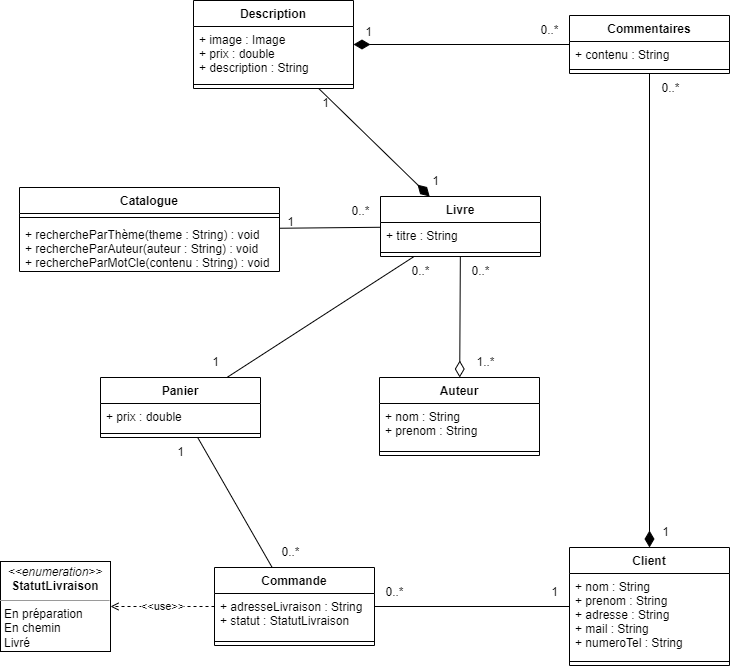
Before: classes.png, a diagram exported from draw.io (Yaon-C2H8N2/Projet-Modelisation). Source tidied: cells renumbered, new cells last; positions are measured from the earlier drawing's top-left corner, leaving out a move shared by most shapes.
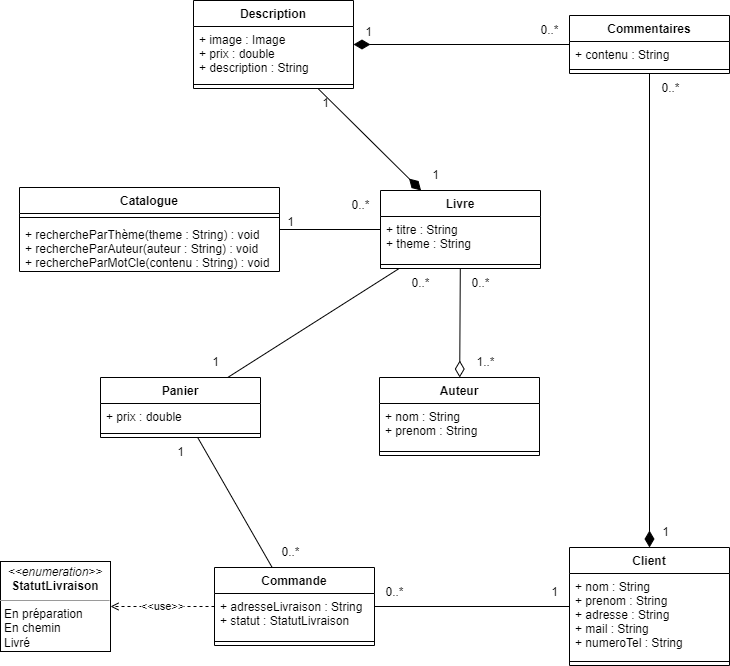
After the change.

Commit message:
Update du XML/DTD et du diagramme de classes

The edit, as a diff of the source:
```diff
@@ -96,7 +96,7 @@
       <mxGeometry x="650" y="517" width="30" height="30" as="geometry" />
     </mxCell>
     <mxCell id="33" value="1" style="text;html=1;align=center;verticalAlign=middle;strokeColor=none;fillColor=none;" parent="1" vertex="1">
-      <mxGeometry x="420" y="166" width="30" height="30" as="geometry" />
+      <mxGeometry x="420" y="160" width="30" height="30" as="geometry" />
     </mxCell>
     <mxCell id="34" value="1" style="text;html=1;align=center;verticalAlign=middle;strokeColor=none;fillColor=none;" parent="1" vertex="1">
       <mxGeometry x="353" y="17" width="30" height="30" as="geometry" />
@@ -111,13 +111,13 @@
       <mxGeometry x="200" y="347" width="30" height="30" as="geometry" />
     </mxCell>
     <mxCell id="38" value="0..*" style="text;html=1;align=center;verticalAlign=middle;strokeColor=none;fillColor=none;" parent="1" vertex="1">
-      <mxGeometry x="400" y="256" width="40" height="30" as="geometry" />
+      <mxGeometry x="400" y="268" width="40" height="30" as="geometry" />
     </mxCell>
     <mxCell id="39" value="0..*" style="text;html=1;align=center;verticalAlign=middle;strokeColor=none;fillColor=none;" parent="1" vertex="1">
-      <mxGeometry x="340" y="196" width="40" height="30" as="geometry" />
+      <mxGeometry x="340" y="190" width="40" height="30" as="geometry" />
     </mxCell>
     <mxCell id="40" value="0..*" style="text;html=1;align=center;verticalAlign=middle;strokeColor=none;fillColor=none;" parent="1" vertex="1">
-      <mxGeometry x="460" y="256" width="40" height="30" as="geometry" />
+      <mxGeometry x="460" y="268" width="40" height="30" as="geometry" />
     </mxCell>
     <mxCell id="41" value="1" style="text;html=1;align=center;verticalAlign=middle;strokeColor=none;fillColor=none;" parent="1" vertex="1">
       <mxGeometry x="310" y="88" width="30" height="30" as="geometry" />
@@ -144,13 +144,13 @@
       <mxGeometry x="275" y="207" width="30" height="30" as="geometry" />
     </mxCell>
     <mxCell id="49" value="Livre" style="swimlane;fontStyle=1;align=center;verticalAlign=top;horizontal=1;startSize=26;glass=0;" parent="1" vertex="1">
-      <mxGeometry x="380" y="196" width="160" height="60" as="geometry" />
+      <mxGeometry x="380" y="190" width="160" height="78" as="geometry" />
     </mxCell>
-    <mxCell id="50" value="+ titre : String" style="text;strokeColor=none;fillColor=none;align=left;verticalAlign=top;spacingLeft=4;spacingRight=4;overflow=hidden;glass=0;" parent="49" vertex="1">
-      <mxGeometry y="26" width="160" height="26" as="geometry" />
+    <mxCell id="50" value="+ titre : String&#10;+ theme : String" style="text;strokeColor=none;fillColor=none;align=left;verticalAlign=top;spacingLeft=4;spacingRight=4;overflow=hidden;glass=0;" parent="49" vertex="1">
+      <mxGeometry y="26" width="160" height="44" as="geometry" />
     </mxCell>
     <mxCell id="51" style="line;strokeWidth=1;fillColor=none;align=left;verticalAlign=middle;spacingTop=-1;spacingLeft=3;spacingRight=3;labelPosition=right;strokeColor=inherit;glass=0;" parent="49" vertex="1">
-      <mxGeometry y="52" width="160" height="8" as="geometry" />
+      <mxGeometry y="70" width="160" height="8" as="geometry" />
     </mxCell>
   </root>
 </mxGraphModel>
```
